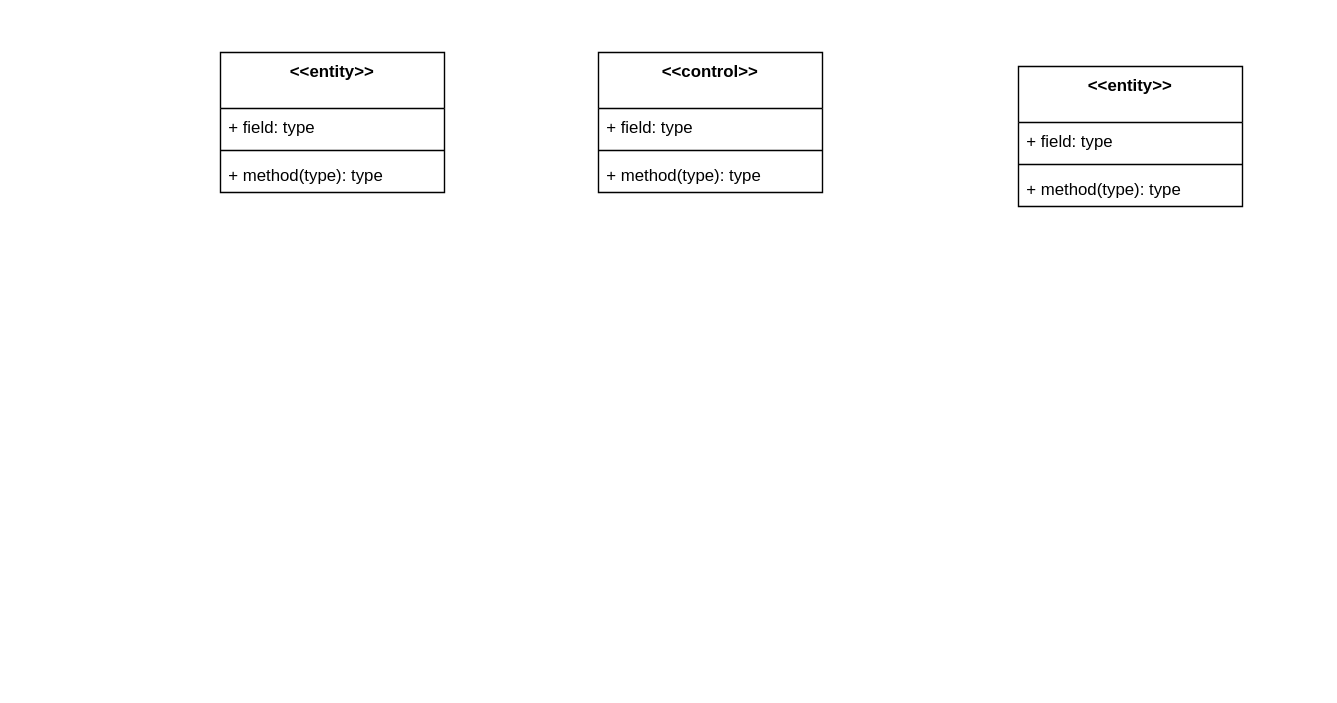
This is Docs/VoPC/VoPC DeleteRoom.drawio from nic-agos/DoveStudi, a draw.io file, before an edit. Source tidied: cells renumbered, new cells numbered last; positions are measured from the earlier drawing's top-left corner, leaving out a move shared by most shapes. Both pictures are drawn from the tidied source at 140%, with x=0, y=0 at pixel (220, 52).
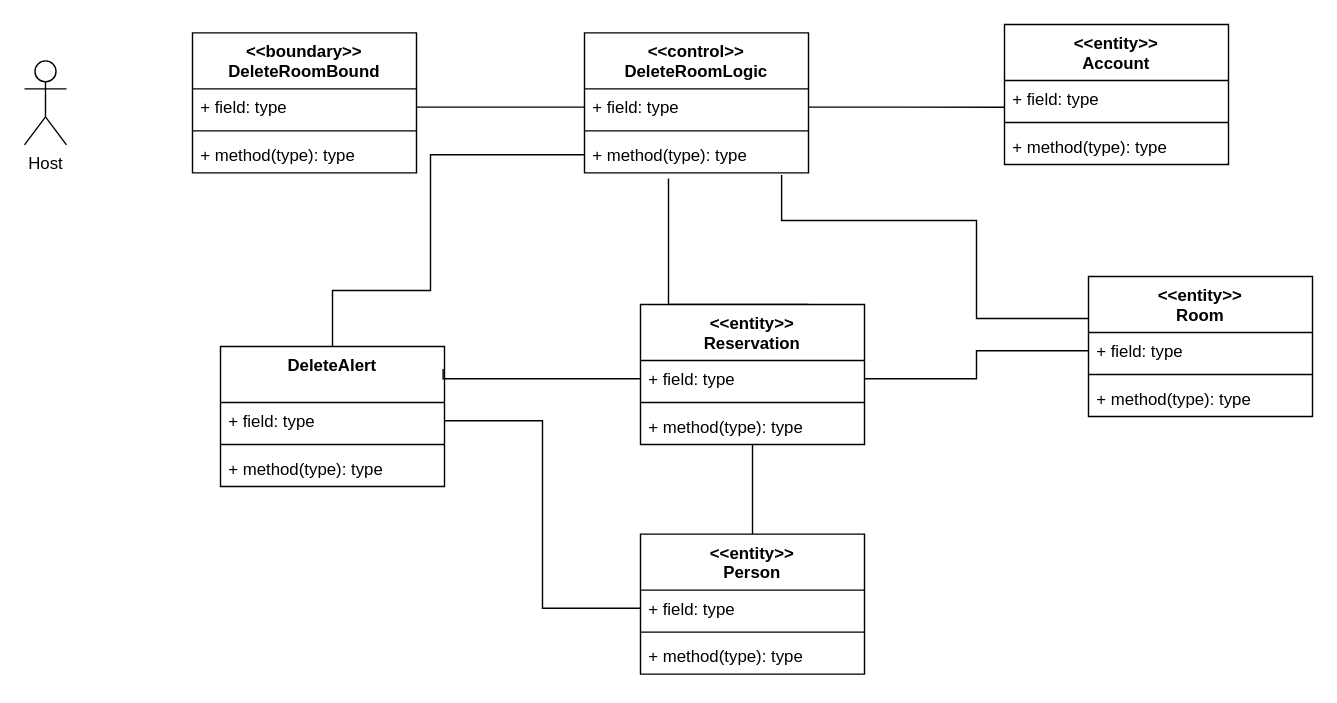
The same diagram, later.

Unchanged cells that the change refers to:
```xml
<mxCell id="3" value="+ field: type" style="text;strokeColor=none;fillColor=none;align=left;verticalAlign=top;spacingLeft=4;spacingRight=4;overflow=hidden;points=[[0,0.5],[1,0.5]];portConstraint=eastwest;" parent="2" vertex="1">
  <mxGeometry y="40" width="160" height="26" as="geometry" />
</mxCell>
<mxCell id="7" value="+ field: type" style="text;strokeColor=none;fillColor=none;align=left;verticalAlign=top;spacingLeft=4;spacingRight=4;overflow=hidden;points=[[0,0.5],[1,0.5]];portConstraint=eastwest;" parent="6" vertex="1">
  <mxGeometry y="40" width="160" height="26" as="geometry" />
</mxCell>
<mxCell id="9" value="+ method(type): type" style="text;strokeColor=none;fillColor=none;align=left;verticalAlign=top;spacingLeft=4;spacingRight=4;overflow=hidden;points=[[0,0.5],[1,0.5]];portConstraint=eastwest;" parent="6" vertex="1">
  <mxGeometry y="74" width="160" height="26" as="geometry" />
</mxCell>
<mxCell id="11" value="+ field: type" style="text;strokeColor=none;fillColor=none;align=left;verticalAlign=top;spacingLeft=4;spacingRight=4;overflow=hidden;points=[[0,0.5],[1,0.5]];portConstraint=eastwest;" parent="10" vertex="1">
  <mxGeometry y="40" width="160" height="26" as="geometry" />
</mxCell>
<mxCell id="13" value="+ method(type): type" style="text;strokeColor=none;fillColor=none;align=left;verticalAlign=top;spacingLeft=4;spacingRight=4;overflow=hidden;points=[[0,0.5],[1,0.5]];portConstraint=eastwest;" parent="10" vertex="1">
  <mxGeometry y="74" width="160" height="26" as="geometry" />
</mxCell>
```

Change to the diagram source:
```diff
@@
-    <mxCell id="2" value="&lt;&lt;entity&gt;&gt;&#10;" style="swimlane;fontStyle=1;align=center;verticalAlign=top;horizontal=1;startSize=40;" parent="1" vertex="1">
-      <mxGeometry width="160" height="100" as="geometry" />
+    <mxCell id="2" value="&lt;&lt;boundary&gt;&gt;&#10;DeleteRoomBound" style="swimlane;fontStyle=1;align=center;verticalAlign=top;horizontal=1;startSize=40;" parent="1" vertex="1">
+      <mxGeometry x="-20" y="-14" width="160" height="100" as="geometry" />
     </mxCell>
@@
-    <mxCell id="6" value="&lt;&lt;control&gt;&gt;&#10;" style="swimlane;fontStyle=1;align=center;verticalAlign=top;horizontal=1;startSize=40;" parent="1" vertex="1">
-      <mxGeometry x="270" width="160" height="100" as="geometry" />
+    <mxCell id="6" value="&lt;&lt;control&gt;&gt;&#10;DeleteRoomLogic" style="swimlane;fontStyle=1;align=center;verticalAlign=top;horizontal=1;startSize=40;" parent="1" vertex="1">
+      <mxGeometry x="260" y="-14" width="160" height="100" as="geometry" />
     </mxCell>
@@
+    <mxCell id="14" style="edgeStyle=orthogonalEdgeStyle;rounded=0;jettySize=auto;html=1;exitX=0.75;exitY=0;exitDx=0;exitDy=0;endArrow=none;endFill=0;" parent="1" edge="1" source="10">
+      <mxGeometry relative="1" as="geometry">
+        <mxPoint x="320" y="90" as="targetPoint" />
+        <Array as="points">
+          <mxPoint x="320" y="180" />
+        </Array>
+      </mxGeometry>
+    </mxCell>
-    <mxCell id="10" value="&lt;&lt;entity&gt;&gt;&#10;" style="swimlane;fontStyle=1;align=center;verticalAlign=top;horizontal=1;startSize=40;" parent="1" vertex="1">
-      <mxGeometry x="570" y="10" width="160" height="100" as="geometry" />
+    <mxCell id="10" value="&lt;&lt;entity&gt;&gt;&#10;Reservation" style="swimlane;fontStyle=1;align=center;verticalAlign=top;horizontal=1;startSize=40;" parent="1" vertex="1">
+      <mxGeometry x="300" y="180" width="160" height="100" as="geometry" />
     </mxCell>
@@
+    <mxCell id="15" value="Host" style="shape=umlActor;verticalLabelPosition=bottom;verticalAlign=top;html=1;" parent="1" vertex="1">
+      <mxGeometry x="-140" y="6" width="30" height="60" as="geometry" />
+    </mxCell>
+    <mxCell id="16" style="edgeStyle=orthogonalEdgeStyle;rounded=0;jettySize=auto;html=1;exitX=0.5;exitY=0;exitDx=0;exitDy=0;entryX=0.88;entryY=1.058;entryDx=0;entryDy=0;entryPerimeter=0;endArrow=none;endFill=0;" parent="1" edge="1" source="17" target="9">
+      <mxGeometry relative="1" as="geometry">
+        <Array as="points">
+          <mxPoint x="700" y="190" />
+          <mxPoint x="540" y="190" />
+          <mxPoint x="540" y="120" />
+          <mxPoint x="401" y="120" />
+        </Array>
+      </mxGeometry>
+    </mxCell>
+    <mxCell id="17" value="&lt;&lt;entity&gt;&gt;&#10;Room" style="swimlane;fontStyle=1;align=center;verticalAlign=top;horizontal=1;startSize=40;" parent="1" vertex="1">
+      <mxGeometry x="620" y="160" width="160" height="100" as="geometry" />
+    </mxCell>
+    <mxCell id="18" value="+ field: type" style="text;strokeColor=none;fillColor=none;align=left;verticalAlign=top;spacingLeft=4;spacingRight=4;overflow=hidden;points=[[0,0.5],[1,0.5]];portConstraint=eastwest;" parent="17" vertex="1">
+      <mxGeometry y="40" width="160" height="26" as="geometry" />
+    </mxCell>
+    <mxCell id="19" style="line;strokeWidth=1;fillColor=none;align=left;verticalAlign=middle;spacingTop=-1;spacingLeft=3;spacingRight=3;labelPosition=right;" parent="17" vertex="1">
+      <mxGeometry y="66" width="160" height="8" as="geometry" />
+    </mxCell>
+    <mxCell id="20" value="+ method(type): type" style="text;strokeColor=none;fillColor=none;align=left;verticalAlign=top;spacingLeft=4;spacingRight=4;overflow=hidden;" parent="17" vertex="1">
+      <mxGeometry y="74" width="160" height="26" as="geometry" />
+    </mxCell>
+    <mxCell id="21" value="&lt;&lt;entity&gt;&gt;&#10;Account" style="swimlane;fontStyle=1;align=center;verticalAlign=top;horizontal=1;startSize=40;" parent="1" vertex="1">
+      <mxGeometry x="560" y="-20" width="160" height="100" as="geometry" />
+    </mxCell>
+    <mxCell id="22" value="+ field: type" style="text;strokeColor=none;fillColor=none;align=left;verticalAlign=top;spacingLeft=4;spacingRight=4;overflow=hidden;points=[[0,0.5],[1,0.5]];portConstraint=eastwest;" parent="21" vertex="1">
+      <mxGeometry y="40" width="160" height="26" as="geometry" />
+    </mxCell>
+    <mxCell id="23" style="line;strokeWidth=1;fillColor=none;align=left;verticalAlign=middle;spacingTop=-1;spacingLeft=3;spacingRight=3;labelPosition=right;" parent="21" vertex="1">
+      <mxGeometry y="66" width="160" height="8" as="geometry" />
+    </mxCell>
+    <mxCell id="24" value="+ method(type): type" style="text;strokeColor=none;fillColor=none;align=left;verticalAlign=top;spacingLeft=4;spacingRight=4;overflow=hidden;" parent="21" vertex="1">
+      <mxGeometry y="74" width="160" height="26" as="geometry" />
+    </mxCell>
+    <mxCell id="25" style="edgeStyle=orthogonalEdgeStyle;rounded=0;jettySize=auto;html=1;exitX=1;exitY=0.5;exitDx=0;exitDy=0;entryX=0;entryY=0.5;entryDx=0;entryDy=0;endArrow=none;endFill=0;" parent="1" edge="1" source="3" target="7">
+      <mxGeometry relative="1" as="geometry" />
+    </mxCell>
+    <mxCell id="26" style="edgeStyle=orthogonalEdgeStyle;rounded=0;jettySize=auto;html=1;exitX=1;exitY=0.5;exitDx=0;exitDy=0;entryX=0;entryY=0.737;entryDx=0;entryDy=0;entryPerimeter=0;endArrow=none;endFill=0;" parent="1" edge="1" source="7" target="22">
+      <mxGeometry relative="1" as="geometry" />
+    </mxCell>
+    <mxCell id="27" style="edgeStyle=orthogonalEdgeStyle;rounded=0;jettySize=auto;html=1;exitX=0.5;exitY=0;exitDx=0;exitDy=0;entryX=0.5;entryY=1;entryDx=0;entryDy=0;entryPerimeter=0;endArrow=none;endFill=0;" parent="1" edge="1" source="28" target="13">
+      <mxGeometry relative="1" as="geometry" />
+    </mxCell>
+    <mxCell id="28" value="&lt;&lt;entity&gt;&gt;&#10;Person" style="swimlane;fontStyle=1;align=center;verticalAlign=top;horizontal=1;startSize=40;" parent="1" vertex="1">
+      <mxGeometry x="300" y="344" width="160" height="100" as="geometry" />
+    </mxCell>
+    <mxCell id="29" value="+ field: type" style="text;strokeColor=none;fillColor=none;align=left;verticalAlign=top;spacingLeft=4;spacingRight=4;overflow=hidden;points=[[0,0.5],[1,0.5]];portConstraint=eastwest;" parent="28" vertex="1">
+      <mxGeometry y="40" width="160" height="26" as="geometry" />
+    </mxCell>
+    <mxCell id="30" style="line;strokeWidth=1;fillColor=none;align=left;verticalAlign=middle;spacingTop=-1;spacingLeft=3;spacingRight=3;labelPosition=right;" parent="28" vertex="1">
+      <mxGeometry y="66" width="160" height="8" as="geometry" />
+    </mxCell>
+    <mxCell id="31" value="+ method(type): type" style="text;strokeColor=none;fillColor=none;align=left;verticalAlign=top;spacingLeft=4;spacingRight=4;overflow=hidden;" parent="28" vertex="1">
+      <mxGeometry y="74" width="160" height="26" as="geometry" />
+    </mxCell>
+    <mxCell id="32" style="edgeStyle=orthogonalEdgeStyle;rounded=0;jettySize=auto;html=1;exitX=1;exitY=0.5;exitDx=0;exitDy=0;entryX=0;entryY=0.5;entryDx=0;entryDy=0;endArrow=none;endFill=0;" parent="1" edge="1" source="11" target="18">
+      <mxGeometry relative="1" as="geometry" />
+    </mxCell>
+    <mxCell id="33" style="edgeStyle=orthogonalEdgeStyle;rounded=0;jettySize=auto;html=1;exitX=0.5;exitY=0;exitDx=0;exitDy=0;entryX=0;entryY=0.5;entryDx=0;entryDy=0;endArrow=none;endFill=0;" parent="1" edge="1" source="34" target="9">
+      <mxGeometry relative="1" as="geometry">
+        <Array as="points">
+          <mxPoint x="80" y="170" />
+          <mxPoint x="150" y="170" />
+          <mxPoint x="150" y="73" />
+        </Array>
+      </mxGeometry>
+    </mxCell>
+    <mxCell id="34" value="DeleteAlert" style="swimlane;fontStyle=1;align=center;verticalAlign=top;horizontal=1;startSize=40;" parent="1" vertex="1">
+      <mxGeometry y="210" width="160" height="100" as="geometry" />
+    </mxCell>
+    <mxCell id="35" value="+ field: type" style="text;strokeColor=none;fillColor=none;align=left;verticalAlign=top;spacingLeft=4;spacingRight=4;overflow=hidden;points=[[0,0.5],[1,0.5]];portConstraint=eastwest;" parent="34" vertex="1">
+      <mxGeometry y="40" width="160" height="26" as="geometry" />
+    </mxCell>
+    <mxCell id="36" style="line;strokeWidth=1;fillColor=none;align=left;verticalAlign=middle;spacingTop=-1;spacingLeft=3;spacingRight=3;labelPosition=right;" parent="34" vertex="1">
+      <mxGeometry y="66" width="160" height="8" as="geometry" />
+    </mxCell>
+    <mxCell id="37" value="+ method(type): type" style="text;strokeColor=none;fillColor=none;align=left;verticalAlign=top;spacingLeft=4;spacingRight=4;overflow=hidden;" parent="34" vertex="1">
+      <mxGeometry y="74" width="160" height="26" as="geometry" />
+    </mxCell>
+    <mxCell id="38" style="edgeStyle=orthogonalEdgeStyle;rounded=0;jettySize=auto;html=1;exitX=0;exitY=0.5;exitDx=0;exitDy=0;endArrow=none;endFill=0;" parent="1" edge="1" source="29" target="35">
+      <mxGeometry relative="1" as="geometry" />
+    </mxCell>
+    <mxCell id="39" style="edgeStyle=orthogonalEdgeStyle;rounded=0;jettySize=auto;html=1;exitX=0;exitY=0.5;exitDx=0;exitDy=0;entryX=0.994;entryY=0.16;entryDx=0;entryDy=0;entryPerimeter=0;endArrow=none;endFill=0;" parent="1" edge="1" source="11" target="34">
+      <mxGeometry relative="1" as="geometry">
+        <Array as="points">
+          <mxPoint x="159" y="233" />
+        </Array>
+      </mxGeometry>
+    </mxCell>
```
